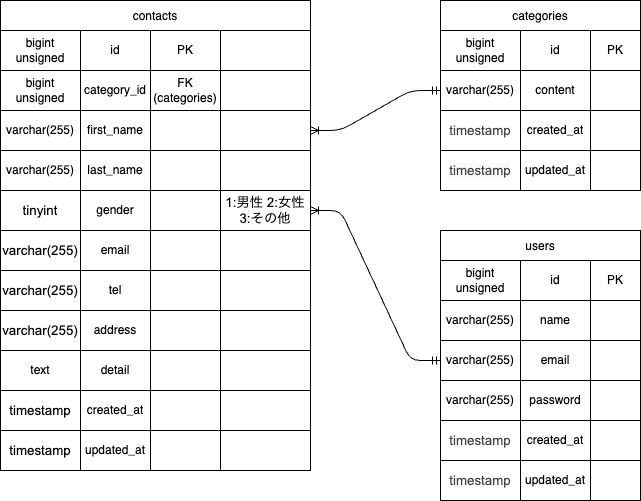
The draw.io diagram .drawio.png in RINGO-days/contact-form_test, before a commit. Source tidied: cells renumbered, new cells last; positions are measured from the earlier drawing's top-left corner, leaving out a move shared by most shapes.
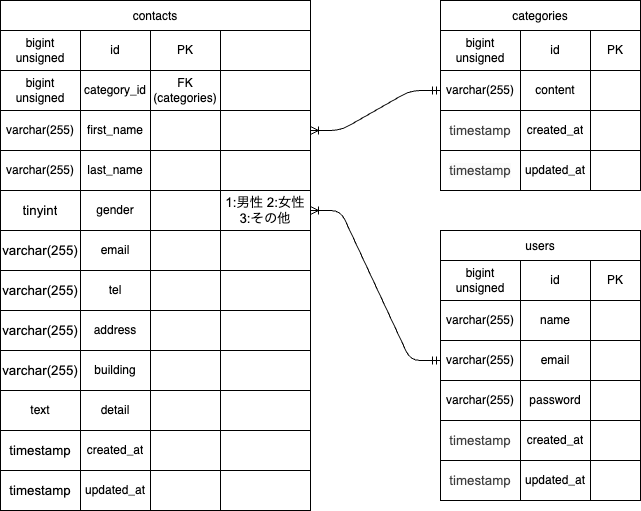
Above is the later version.

What changed in the source:
```diff
@@ -3,7 +3,7 @@
     <mxCell id="0" />
     <mxCell id="1" parent="0" />
     <mxCell id="2" value="contacts" style="shape=table;startSize=30;" parent="1" vertex="1">
-      <mxGeometry width="310" height="470" as="geometry" />
+      <mxGeometry width="310" height="510" as="geometry" />
     </mxCell>
     <mxCell id="3" style="shape=tableRow;horizontal=0;startSize=0;swimlaneHead=0;swimlaneBody=0;strokeColor=inherit;top=0;left=0;bottom=0;right=0;fillColor=none;" parent="2" vertex="1">
       <mxGeometry y="30" width="310" height="40" as="geometry" />
@@ -125,8 +125,23 @@
     <mxCell id="42" style="shape=partialRectangle;html=1;whiteSpace=wrap;strokeColor=inherit;overflow=hidden;fillColor=none;top=0;left=0;bottom=0;right=0;" parent="38" vertex="1">
       <mxGeometry x="220" width="90" height="40" as="geometry" />
     </mxCell>
+    <mxCell id="102" style="shape=tableRow;horizontal=0;startSize=0;swimlaneHead=0;swimlaneBody=0;strokeColor=inherit;top=0;left=0;bottom=0;right=0;fillColor=none;" parent="2" vertex="1">
+      <mxGeometry y="350" width="310" height="40" as="geometry" />
+    </mxCell>
+    <mxCell id="103" value="&lt;meta charset=&quot;utf-8&quot;&gt;&lt;span style=&quot;font-size:10pt;font-family:Arial;font-style:normal;&quot;&gt;varchar(255)&lt;/span&gt;" style="shape=partialRectangle;html=1;whiteSpace=wrap;strokeColor=inherit;overflow=hidden;fillColor=none;top=0;left=0;bottom=0;right=0;" parent="102" vertex="1">
+      <mxGeometry width="80" height="40" as="geometry" />
+    </mxCell>
+    <mxCell id="104" value="building" style="shape=partialRectangle;html=1;whiteSpace=wrap;strokeColor=inherit;overflow=hidden;fillColor=none;top=0;left=0;bottom=0;right=0;" parent="102" vertex="1">
+      <mxGeometry x="80" width="70" height="40" as="geometry" />
+    </mxCell>
+    <mxCell id="105" style="shape=partialRectangle;html=1;whiteSpace=wrap;strokeColor=inherit;overflow=hidden;fillColor=none;top=0;left=0;bottom=0;right=0;" parent="102" vertex="1">
+      <mxGeometry x="150" width="70" height="40" as="geometry" />
+    </mxCell>
+    <mxCell id="106" style="shape=partialRectangle;html=1;whiteSpace=wrap;strokeColor=inherit;overflow=hidden;fillColor=none;top=0;left=0;bottom=0;right=0;" parent="102" vertex="1">
+      <mxGeometry x="220" width="90" height="40" as="geometry" />
+    </mxCell>
     <mxCell id="43" style="shape=tableRow;horizontal=0;startSize=0;swimlaneHead=0;swimlaneBody=0;strokeColor=inherit;top=0;left=0;bottom=0;right=0;fillColor=none;" parent="2" vertex="1">
-      <mxGeometry y="350" width="310" height="40" as="geometry" />
+      <mxGeometry y="390" width="310" height="40" as="geometry" />
     </mxCell>
     <mxCell id="44" value="text" style="shape=partialRectangle;html=1;whiteSpace=wrap;strokeColor=inherit;overflow=hidden;fillColor=none;top=0;left=0;bottom=0;right=0;" parent="43" vertex="1">
       <mxGeometry width="80" height="40" as="geometry" />
@@ -141,7 +156,7 @@
       <mxGeometry x="220" width="90" height="40" as="geometry" />
     </mxCell>
     <mxCell id="48" style="shape=tableRow;horizontal=0;startSize=0;swimlaneHead=0;swimlaneBody=0;strokeColor=inherit;top=0;left=0;bottom=0;right=0;fillColor=none;" parent="2" vertex="1">
-      <mxGeometry y="390" width="310" height="40" as="geometry" />
+      <mxGeometry y="430" width="310" height="40" as="geometry" />
     </mxCell>
     <mxCell id="49" value="&lt;meta charset=&quot;utf-8&quot;&gt;&lt;span style=&quot;font-size:10pt;font-family:Arial;font-style:normal;&quot;&gt;timestamp&lt;/span&gt;" style="shape=partialRectangle;html=1;whiteSpace=wrap;strokeColor=inherit;overflow=hidden;fillColor=none;top=0;left=0;bottom=0;right=0;" parent="48" vertex="1">
       <mxGeometry width="80" height="40" as="geometry" />
@@ -156,7 +171,7 @@
       <mxGeometry x="220" width="90" height="40" as="geometry" />
     </mxCell>
     <mxCell id="53" style="shape=tableRow;horizontal=0;startSize=0;swimlaneHead=0;swimlaneBody=0;strokeColor=inherit;top=0;left=0;bottom=0;right=0;fillColor=none;" parent="2" vertex="1">
-      <mxGeometry y="430" width="310" height="40" as="geometry" />
+      <mxGeometry y="470" width="310" height="40" as="geometry" />
     </mxCell>
     <mxCell id="54" value="&lt;meta charset=&quot;utf-8&quot;&gt;&lt;span style=&quot;font-size:10pt;font-family:Arial;font-style:normal;&quot;&gt;timestamp&lt;/span&gt;" style="shape=partialRectangle;html=1;whiteSpace=wrap;strokeColor=inherit;overflow=hidden;fillColor=none;top=0;left=0;bottom=0;right=0;" parent="53" vertex="1">
       <mxGeometry width="80" height="40" as="geometry" />
```
